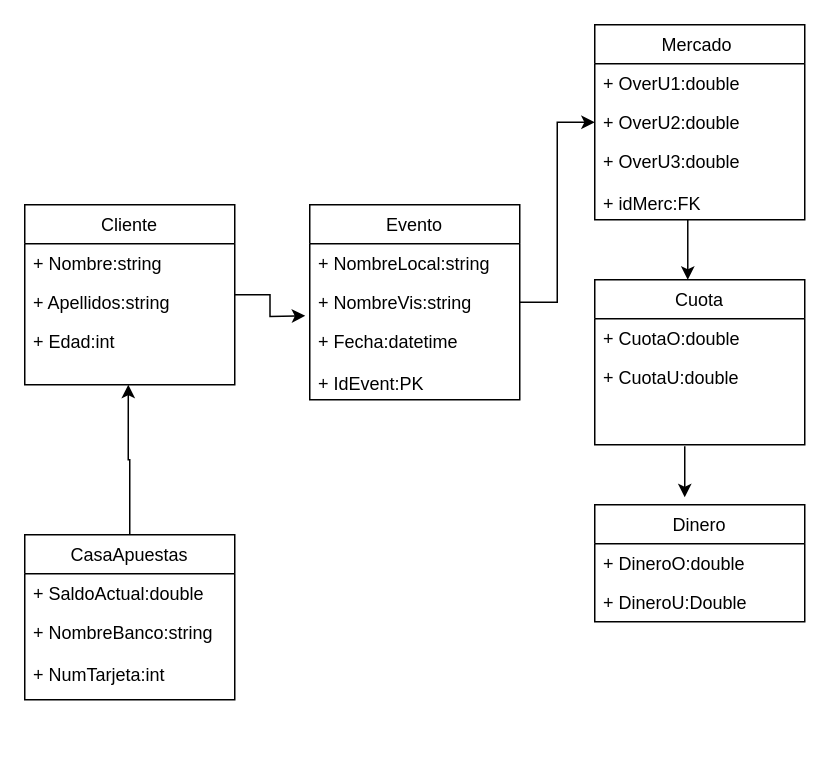
This is PlaceMyBet.drawio from Almosa01/PlaceMyBet2, a draw.io file, before an edit. Source tidied: cells renumbered, new cells numbered last; positions are measured from the earlier drawing's top-left corner, leaving out a move shared by most shapes. Both pictures are drawn from the tidied source at 150%, with x=0, y=0 at pixel (24, 24).
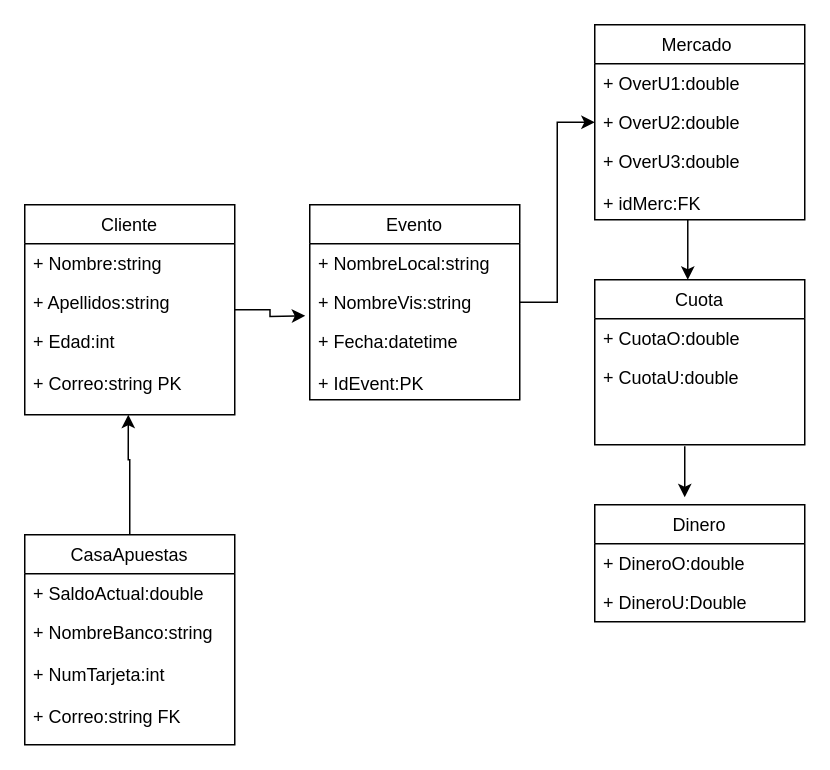
Above is the later version.

Commit message:
Actualizo el diseño del drawio

Change to the diagram source:
```diff
@@
     <mxCell id="18" value="Cliente" style="swimlane;fontStyle=0;horizontal=1;startSize=26;fillColor=none;" parent="1" vertex="1">
-      <mxGeometry y="120" width="140" height="120" as="geometry" />
+      <mxGeometry y="120" width="140" height="140" as="geometry" />
     </mxCell>
@@
-    <mxCell id="21" value="+ Edad:int&#10;" style="text;strokeColor=none;fillColor=none;align=left;verticalAlign=top;spacingLeft=4;spacingRight=4;overflow=hidden;points=[[0,0.5],[1,0.5]];portConstraint=eastwest;" parent="18" vertex="1">
-      <mxGeometry y="78" width="140" height="42" as="geometry" />
+    <mxCell id="21" value="+ Edad:int&#10;&#10;+ Correo:string PK" style="text;strokeColor=none;fillColor=none;align=left;verticalAlign=top;spacingLeft=4;spacingRight=4;overflow=hidden;points=[[0,0.5],[1,0.5]];portConstraint=eastwest;" parent="18" vertex="1">
+      <mxGeometry y="78" width="140" height="62" as="geometry" />
     </mxCell>
@@
     <mxCell id="25" value="CasaApuestas" style="swimlane;fontStyle=0;horizontal=1;startSize=26;fillColor=none;" parent="1" vertex="1">
-      <mxGeometry y="340" width="140" height="110" as="geometry" />
+      <mxGeometry y="340" width="140" height="140" as="geometry" />
     </mxCell>
@@
-    <mxCell id="27" value="+ NombreBanco:string&#10;&#10;+ NumTarjeta:int" style="text;strokeColor=none;fillColor=none;align=left;verticalAlign=top;spacingLeft=4;spacingRight=4;overflow=hidden;" parent="25" vertex="1">
-      <mxGeometry y="52" width="140" height="58" as="geometry" />
+    <mxCell id="27" value="+ NombreBanco:string&#10;&#10;+ NumTarjeta:int&#10;&#10;+ Correo:string FK" style="text;strokeColor=none;fillColor=none;align=left;verticalAlign=top;spacingLeft=4;spacingRight=4;overflow=hidden;" parent="25" vertex="1">
+      <mxGeometry y="52" width="140" height="88" as="geometry" />
     </mxCell>
```
